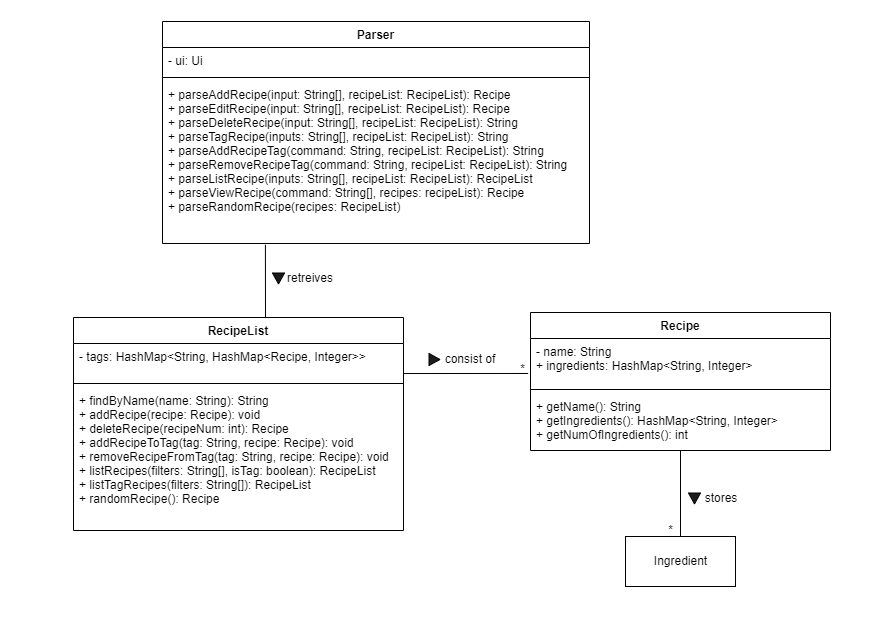
Earlier version of the draw.io export docs/UML/Architecture/RecipeRelated.png (nus-cs2113-AY2223S2/tp). Source tidied: cells renumbered, new cells last; positions are measured from the earlier drawing's top-left corner, leaving out a move shared by most shapes.
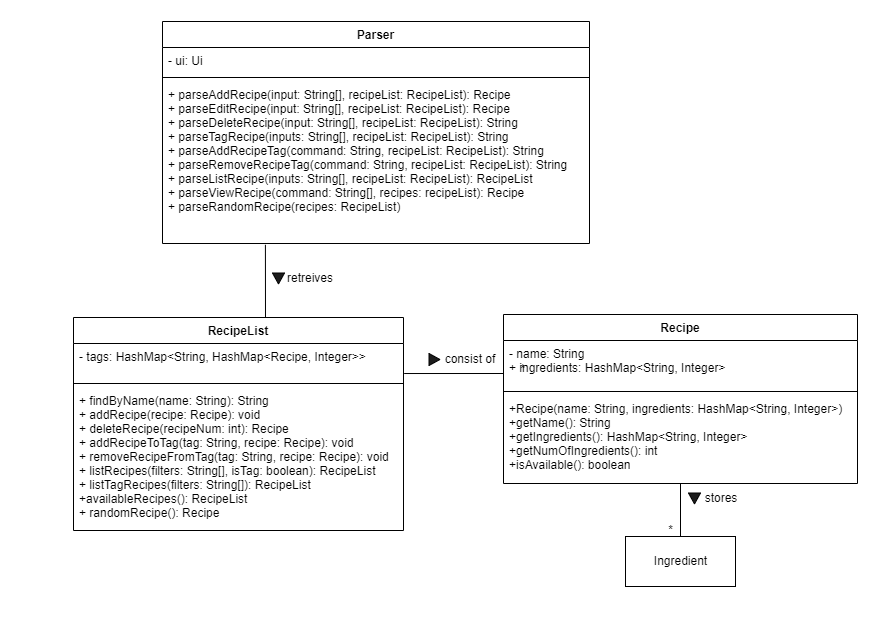
After the commit.

Diff of the diagram source:
```diff
@@ -17,8 +17,10 @@
     <mxCell id="6" value="+ parseAddRecipe(input: String[], recipeList: RecipeList): Recipe&#10;+ parseEditRecipe(input: String[], recipeList: RecipeList): Recipe&#10;+ parseDeleteRecipe(input: String[], recipeList: RecipeList): String&#10;+ parseTagRecipe(inputs: String[], recipeList: RecipeList): String&#10;+ parseAddRecipeTag(command: String, recipeList: RecipeList): String&#10;+ parseRemoveRecipeTag(command: String, recipeList: RecipeList): String&#10;+ parseListRecipe(inputs: String[], recipeList: RecipeList): RecipeList&#10;+ parseViewRecipe(command: String[], recipes: recipeList): Recipe&#10;+ parseRandomRecipe(recipes: RecipeList)" style="text;strokeColor=none;fillColor=none;align=left;verticalAlign=top;spacingLeft=4;spacingRight=4;overflow=hidden;points=[[0,0.5],[1,0.5]];portConstraint=eastwest;" parent="3" vertex="1">
       <mxGeometry y="60" width="427" height="162" as="geometry" />
     </mxCell>
-    <mxCell id="7" style="endArrow=none;html=1;rounded=0;entryX=-0.008;entryY=0.744;entryDx=0;entryDy=0;entryPerimeter=0;exitX=1.002;exitY=0.834;exitDx=0;exitDy=0;exitPerimeter=0;" parent="1" edge="1" source="16" target="11">
-      <mxGeometry relative="1" as="geometry" />
+    <mxCell id="7" style="endArrow=none;html=1;rounded=0;exitX=1.002;exitY=0.834;exitDx=0;exitDy=0;exitPerimeter=0;" parent="1" edge="1" source="16">
+      <mxGeometry relative="1" as="geometry">
+        <mxPoint x="503" y="373" as="targetPoint" />
+      </mxGeometry>
     </mxCell>
     <mxCell id="8" value="*" style="text;html=1;align=center;verticalAlign=middle;strokeColor=none;fillColor=none;" parent="1" vertex="1">
       <mxGeometry x="510" y="356" width="23" height="26" as="geometry" />
@@ -27,16 +29,16 @@
       <mxGeometry relative="1" as="geometry" />
     </mxCell>
     <mxCell id="10" value="Recipe" style="swimlane;fontStyle=1;align=center;verticalAlign=top;horizontal=1;startSize=26;" parent="1" vertex="1">
-      <mxGeometry x="530" y="312" width="300" height="138" as="geometry" />
+      <mxGeometry x="503" y="314" width="354" height="169" as="geometry" />
     </mxCell>
     <mxCell id="11" value="- name: String&#10;+ ingredients: HashMap&lt;String, Integer&gt;" style="text;strokeColor=none;fillColor=none;align=left;verticalAlign=top;spacingLeft=4;spacingRight=4;overflow=hidden;points=[[0,0.5],[1,0.5]];portConstraint=eastwest;" parent="10" vertex="1">
-      <mxGeometry y="26" width="300" height="47" as="geometry" />
+      <mxGeometry y="26" width="354" height="47" as="geometry" />
     </mxCell>
     <mxCell id="12" style="line;strokeWidth=1;fillColor=none;align=left;verticalAlign=middle;spacingTop=-1;spacingLeft=3;spacingRight=3;labelPosition=right;strokeColor=inherit;" parent="10" vertex="1">
-      <mxGeometry y="73" width="300" height="8" as="geometry" />
+      <mxGeometry y="73" width="354" height="8" as="geometry" />
     </mxCell>
-    <mxCell id="13" value="+ getName(): String&#10;+ getIngredients(): HashMap&lt;String, Integer&gt;&#10;+ getNumOfIngredients(): int&#10;" style="text;strokeColor=none;fillColor=none;align=left;verticalAlign=top;spacingLeft=4;spacingRight=4;overflow=hidden;" parent="10" vertex="1">
-      <mxGeometry y="81" width="300" height="57" as="geometry" />
+    <mxCell id="13" value="+Recipe(name: String, ingredients: HashMap&lt;String, Integer&gt;)&#10;+getName(): String&#10;+getIngredients(): HashMap&lt;String, Integer&gt;&#10;+getNumOfIngredients(): int&#10;+isAvailable(): boolean&#10;" style="text;strokeColor=none;fillColor=none;align=left;verticalAlign=top;spacingLeft=4;spacingRight=4;overflow=hidden;" parent="10" vertex="1">
+      <mxGeometry y="81" width="354" height="88" as="geometry" />
     </mxCell>
     <mxCell id="14" style="endArrow=none;html=1;rounded=0;entryX=0.241;entryY=1.008;entryDx=0;entryDy=0;entryPerimeter=0;" parent="1" edge="1" target="6">
       <mxGeometry relative="1" as="geometry">
@@ -52,7 +54,7 @@
     <mxCell id="17" style="line;strokeWidth=1;fillColor=none;align=left;verticalAlign=middle;spacingTop=-1;spacingLeft=3;spacingRight=3;labelPosition=right;strokeColor=inherit;" parent="15" vertex="1">
       <mxGeometry y="62" width="330" height="8" as="geometry" />
     </mxCell>
-    <mxCell id="18" value="+ findByName(name: String): String&#10;+ addRecipe(recipe: Recipe): void&#10;+ deleteRecipe(recipeNum: int): Recipe&#10;+ addRecipeToTag(tag: String, recipe: Recipe): void&#10;+ removeRecipeFromTag(tag: String, recipe: Recipe): void&#10;+ listRecipes(filters: String[], isTag: boolean): RecipeList&#10;+ listTagRecipes(filters: String[]): RecipeList&#10;+ randomRecipe(): Recipe" style="text;strokeColor=none;fillColor=none;align=left;verticalAlign=top;spacingLeft=4;spacingRight=4;overflow=hidden;" parent="15" vertex="1">
+    <mxCell id="18" value="+ findByName(name: String): String&#10;+ addRecipe(recipe: Recipe): void&#10;+ deleteRecipe(recipeNum: int): Recipe&#10;+ addRecipeToTag(tag: String, recipe: Recipe): void&#10;+ removeRecipeFromTag(tag: String, recipe: Recipe): void&#10;+ listRecipes(filters: String[], isTag: boolean): RecipeList&#10;+ listTagRecipes(filters: String[]): RecipeList&#10;+availableRecipes(): RecipeList&#10;+ randomRecipe(): Recipe" style="text;strokeColor=none;fillColor=none;align=left;verticalAlign=top;spacingLeft=4;spacingRight=4;overflow=hidden;" parent="15" vertex="1">
       <mxGeometry y="70" width="330" height="143" as="geometry" />
     </mxCell>
     <mxCell id="19" value="Ingredient" style="html=1;" parent="1" vertex="1">
```
